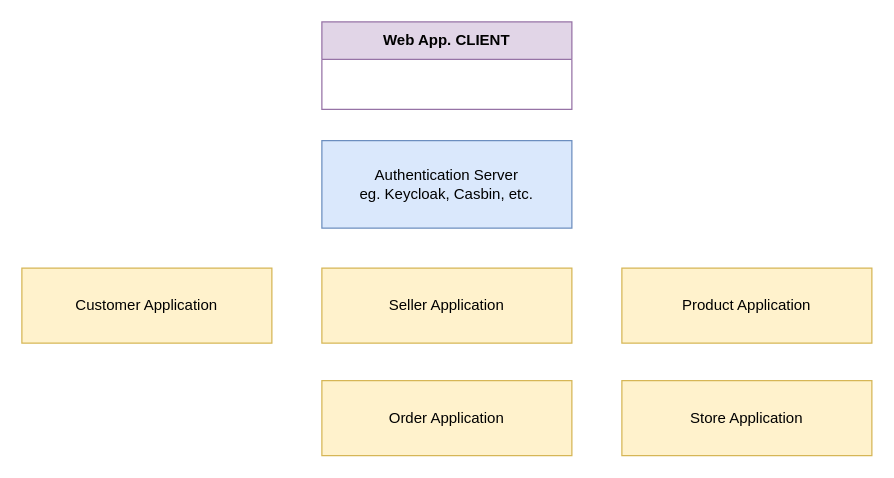
Before: MarketplaceApplication.drawio in AlibekAltynbek/draw.io, a draw.io diagram. Source tidied: cells renumbered, new cells numbered last; positions are measured from the earlier drawing's top-left corner, leaving out a move shared by most shapes. Both pictures are drawn from the tidied source at 125%, with x=0, y=0 at pixel (21, 21).
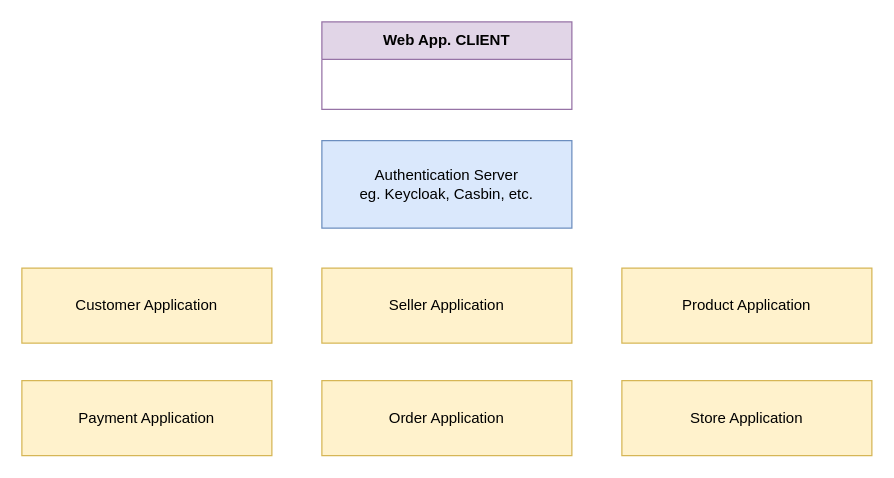
The same page after the edit.

What changed in the source:
```diff
@@
 <mxGraphModel>
   <root>
     <mxCell id="0" />
     <mxCell id="1" parent="0" />
     <mxCell id="2" value="Web App. CLIENT" style="swimlane;whiteSpace=wrap;html=1;startSize=30;fillColor=#e1d5e7;strokeColor=#9673a6;" parent="1" vertex="1">
       <mxGeometry x="240" width="200" height="70" as="geometry" />
     </mxCell>
     <mxCell id="3" value="Authentication Server&lt;br&gt;eg. Keycloak, Casbin, etc." style="rounded=0;whiteSpace=wrap;html=1;fillColor=#dae8fc;strokeColor=#6c8ebf;" parent="1" vertex="1">
       <mxGeometry x="240" y="95" width="200" height="70" as="geometry" />
     </mxCell>
     <mxCell id="4" value="Customer Application" style="rounded=0;whiteSpace=wrap;html=1;fillColor=#fff2cc;strokeColor=#d6b656;" parent="1" vertex="1">
       <mxGeometry y="197" width="200" height="60" as="geometry" />
     </mxCell>
     <mxCell id="5" value="Seller Application" style="rounded=0;whiteSpace=wrap;html=1;fillColor=#fff2cc;strokeColor=#d6b656;" parent="1" vertex="1">
       <mxGeometry x="240" y="197" width="200" height="60" as="geometry" />
     </mxCell>
     <mxCell id="6" value="Product Application" style="rounded=0;whiteSpace=wrap;html=1;fillColor=#fff2cc;strokeColor=#d6b656;" parent="1" vertex="1">
       <mxGeometry x="480" y="197" width="200" height="60" as="geometry" />
     </mxCell>
     <mxCell id="7" value="&lt;div&gt;Order Application&lt;/div&gt;" style="rounded=0;whiteSpace=wrap;html=1;fillColor=#fff2cc;strokeColor=#d6b656;" parent="1" vertex="1">
       <mxGeometry x="240" y="287" width="200" height="60" as="geometry" />
     </mxCell>
     <mxCell id="8" value="Store Application" style="rounded=0;whiteSpace=wrap;html=1;fillColor=#fff2cc;strokeColor=#d6b656;" parent="1" vertex="1">
       <mxGeometry x="480" y="287" width="200" height="60" as="geometry" />
     </mxCell>
+    <mxCell id="9" value="Payment Application" style="rounded=0;whiteSpace=wrap;html=1;fillColor=#fff2cc;strokeColor=#d6b656;" parent="1" vertex="1">
+      <mxGeometry y="287" width="200" height="60" as="geometry" />
+    </mxCell>
   </root>
 </mxGraphModel>
```
